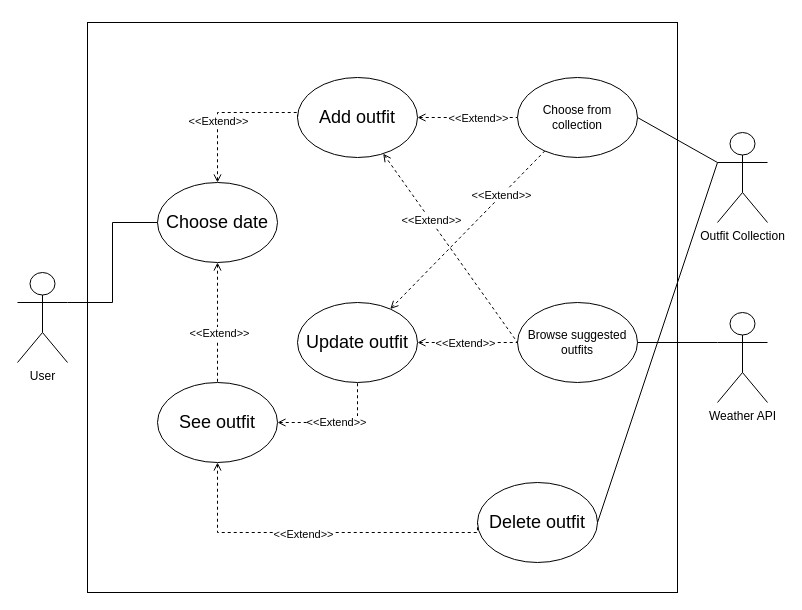
The draw.io diagram docs/diagrams/UCD-managing-outfits-in-calendar.drawio in gienon-fer/SeekFit, before the edit. Source tidied: cells renumbered, new cells numbered last; positions are measured from the earlier drawing's top-left corner, leaving out a move shared by most shapes. Both pictures are drawn from the tidied source at 100%, with x=0, y=0 at pixel (17, 22).
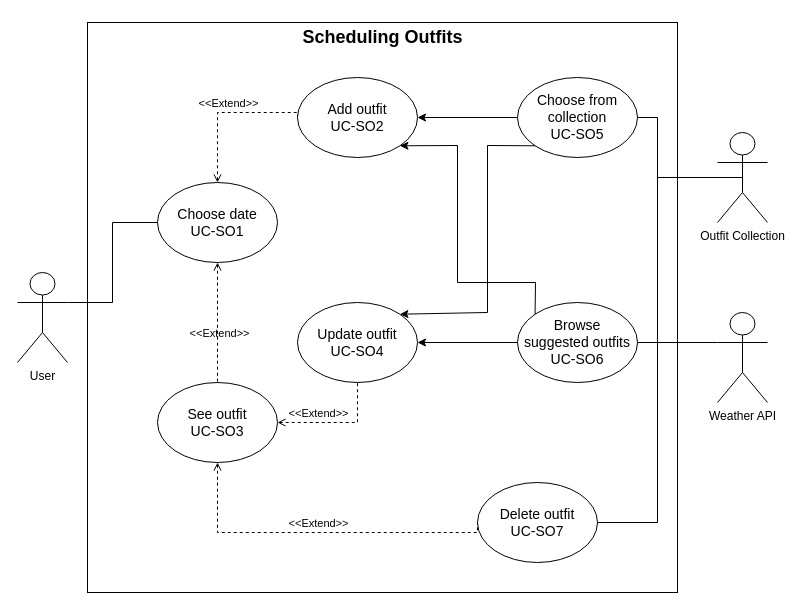
The same diagram, later.

The change refers to these unchanged cells:
```xml
<mxCell id="17" value="Outfit Collection" style="shape=umlActor;verticalLabelPosition=bottom;verticalAlign=top;html=1;outlineConnect=0;fillColor=none;" parent="1" vertex="1">
  <mxGeometry x="700" y="110" width="50" height="90" as="geometry" />
</mxCell>
<mxCell id="18" style="edgeStyle=orthogonalEdgeStyle;rounded=0;jettySize=auto;html=1;entryX=0;entryY=0.5;entryDx=0;entryDy=0;startArrow=open;startFill=0;endArrow=none;endFill=0;dashed=1;" parent="1" edge="1" source="22" target="11">
  <mxGeometry relative="1" as="geometry">
    <Array as="points">
      <mxPoint x="200" y="510" />
    </Array>
  </mxGeometry>
</mxCell>
<mxCell id="20" style="edgeStyle=orthogonalEdgeStyle;rounded=0;jettySize=auto;html=1;startArrow=open;startFill=0;endArrow=none;endFill=0;dashed=1;entryX=0.5;entryY=1;entryDx=0;entryDy=0;" parent="1" edge="1" source="22" target="16">
  <mxGeometry relative="1" as="geometry">
    <Array as="points">
      <mxPoint x="340" y="400" />
    </Array>
  </mxGeometry>
</mxCell>
<mxCell id="23" style="edgeStyle=orthogonalEdgeStyle;rounded=0;jettySize=auto;html=1;entryX=0.5;entryY=0;entryDx=0;entryDy=0;dashed=1;startArrow=open;startFill=0;endArrow=none;endFill=0;" parent="1" edge="1" source="27" target="22">
  <mxGeometry relative="1" as="geometry" />
</mxCell>
<mxCell id="25" style="edgeStyle=orthogonalEdgeStyle;rounded=0;jettySize=auto;html=1;endArrow=none;endFill=0;startArrow=open;startFill=0;dashed=1;entryX=0;entryY=0.5;entryDx=0;entryDy=0;" parent="1" edge="1" source="27" target="9">
  <mxGeometry relative="1" as="geometry">
    <Array as="points">
      <mxPoint x="200" y="90" />
    </Array>
  </mxGeometry>
</mxCell>
```

Diff of the diagram source:
```diff
@@
-    <mxCell id="5" style="edgeStyle=none;html=1;entryX=0;entryY=0.5;entryDx=0;entryDy=0;startArrow=open;startFill=0;endArrow=none;endFill=0;dashed=1;" parent="1" edge="1" source="9" target="32">
-      <mxGeometry relative="1" as="geometry" />
-    </mxCell>
-    <mxCell id="6" value="&amp;lt;&amp;lt;Extend&amp;gt;&amp;gt;" style="edgeLabel;html=1;align=center;verticalAlign=middle;" parent="5" vertex="1">
-      <mxGeometry x="-0.29" relative="1" as="geometry" />
-    </mxCell>
-    <mxCell id="7" style="edgeStyle=none;html=1;startArrow=open;startFill=0;endArrow=none;endFill=0;dashed=1;" parent="1" edge="1" source="9" target="30">
+    <mxCell id="7" style="edgeStyle=none;html=1;startArrow=classic;startFill=1;endArrow=none;endFill=0;" parent="1" edge="1" source="9" target="30">
       <mxGeometry relative="1" as="geometry" />
     </mxCell>
-    <mxCell id="8" value="&amp;lt;&amp;lt;Extend&amp;gt;&amp;gt;" style="edgeLabel;html=1;align=center;verticalAlign=middle;" parent="7" vertex="1">
-      <mxGeometry x="0.36" y="1" relative="1" as="geometry">
-        <mxPoint x="-8" y="1" as="offset" />
-      </mxGeometry>
-    </mxCell>
-    <mxCell id="9" value="&lt;font style=&quot;font-size: 18px;&quot;&gt;Add outfit&lt;/font&gt;" style="ellipse;whiteSpace=wrap;html=1;fillColor=none;" parent="1" vertex="1">
+    <mxCell id="9" value="&lt;font style=&quot;font-size: 14px;&quot;&gt;Add outfit&lt;br&gt;UC-SO2&lt;br&gt;&lt;/font&gt;" style="ellipse;whiteSpace=wrap;html=1;fillColor=none;" parent="1" vertex="1">
       <mxGeometry x="280" y="55" width="120" height="80" as="geometry" />
     </mxCell>
-    <mxCell id="10" style="edgeStyle=none;html=1;exitX=1;exitY=0.5;exitDx=0;exitDy=0;entryX=0;entryY=0.3333333333333333;entryDx=0;entryDy=0;entryPerimeter=0;startArrow=none;startFill=0;endArrow=none;endFill=0;" parent="1" edge="1" source="11" target="17">
-      <mxGeometry relative="1" as="geometry" />
-    </mxCell>
-    <mxCell id="11" value="&lt;font style=&quot;font-size: 18px;&quot;&gt;Delete outfit&lt;/font&gt;" style="ellipse;whiteSpace=wrap;html=1;fillColor=none;" parent="1" vertex="1">
+    <mxCell id="11" value="&lt;font style=&quot;font-size: 14px;&quot;&gt;Delete outfit&lt;br&gt;UC-SO7&lt;br&gt;&lt;/font&gt;" style="ellipse;whiteSpace=wrap;html=1;fillColor=none;" parent="1" vertex="1">
       <mxGeometry x="460" y="460" width="120" height="80" as="geometry" />
     </mxCell>
-    <mxCell id="12" style="edgeStyle=none;html=1;startArrow=open;startFill=0;endArrow=none;endFill=0;dashed=1;" parent="1" edge="1" source="16" target="30">
-      <mxGeometry relative="1" as="geometry" />
-    </mxCell>
-    <mxCell id="13" value="&amp;lt;&amp;lt;Extend&amp;gt;&amp;gt;" style="edgeLabel;html=1;align=center;verticalAlign=middle;" parent="12" vertex="1">
-      <mxGeometry x="0.44" y="1" relative="1" as="geometry" />
-    </mxCell>
-    <mxCell id="14" style="edgeStyle=none;html=1;exitX=1;exitY=0.5;exitDx=0;exitDy=0;entryX=0;entryY=0.5;entryDx=0;entryDy=0;startArrow=open;startFill=0;endArrow=none;endFill=0;dashed=1;" parent="1" edge="1" source="16" target="32">
+    <mxCell id="14" style="edgeStyle=none;html=1;exitX=1;exitY=0.5;exitDx=0;exitDy=0;entryX=0;entryY=0.5;entryDx=0;entryDy=0;startArrow=classic;startFill=1;endArrow=none;endFill=0;" parent="1" edge="1" source="16" target="32">
       <mxGeometry relative="1" as="geometry" />
     </mxCell>
-    <mxCell id="15" value="&amp;lt;&amp;lt;Extend&amp;gt;&amp;gt;" style="edgeLabel;html=1;align=center;verticalAlign=middle;" parent="14" vertex="1">
-      <mxGeometry x="-0.33" y="-3" relative="1" as="geometry">
-        <mxPoint x="13" y="-3" as="offset" />
-      </mxGeometry>
-    </mxCell>
-    <mxCell id="16" value="&lt;font style=&quot;font-size: 18px;&quot;&gt;Update outfit&lt;/font&gt;" style="ellipse;whiteSpace=wrap;html=1;fillColor=none;" parent="1" vertex="1">
+    <mxCell id="16" value="&lt;font style=&quot;font-size: 14px;&quot;&gt;Update outfit&lt;br&gt;UC-SO4&lt;br&gt;&lt;/font&gt;" style="ellipse;whiteSpace=wrap;html=1;fillColor=none;" parent="1" vertex="1">
       <mxGeometry x="280" y="280" width="120" height="80" as="geometry" />
     </mxCell>
+    <mxCell id="33" style="edgeStyle=none;rounded=0;html=1;exitX=0.5;exitY=0.5;exitDx=0;exitDy=0;exitPerimeter=0;entryX=1;entryY=0.5;entryDx=0;entryDy=0;fontSize=14;startArrow=none;startFill=0;endArrow=none;endFill=0;" parent="1" edge="1" source="17" target="11">
+      <mxGeometry relative="1" as="geometry">
+        <Array as="points">
+          <mxPoint x="640" y="155" />
+          <mxPoint x="640" y="500" />
+        </Array>
+      </mxGeometry>
+    </mxCell>
+    <mxCell id="34" style="edgeStyle=none;rounded=0;html=1;entryX=1;entryY=0.5;entryDx=0;entryDy=0;fontSize=14;startArrow=none;startFill=0;endArrow=none;endFill=0;" parent="1" edge="1" source="17" target="30">
+      <mxGeometry relative="1" as="geometry">
+        <Array as="points">
+          <mxPoint x="640" y="155" />
+          <mxPoint x="640" y="95" />
+        </Array>
+      </mxGeometry>
+    </mxCell>
@@
-    <mxCell id="19" value="&amp;lt;&amp;lt;Extend&amp;gt;&amp;gt;" style="edgeLabel;html=1;align=center;verticalAlign=middle;" parent="18" vertex="1">
-      <mxGeometry x="-0.09" y="-1" relative="1" as="geometry" />
+    <mxCell id="19" value="&amp;lt;&amp;lt;Extend&amp;gt;&amp;gt;" style="edgeLabel;html=1;align=center;verticalAlign=middle;labelBackgroundColor=none;" parent="18" vertex="1">
+      <mxGeometry x="-0.09" y="-1" relative="1" as="geometry">
+        <mxPoint x="15" y="-11" as="offset" />
+      </mxGeometry>
     </mxCell>
@@
-    <mxCell id="21" value="&amp;lt;&amp;lt;Extend&amp;gt;&amp;gt;" style="edgeLabel;html=1;align=center;verticalAlign=middle;" parent="20" vertex="1">
-      <mxGeometry x="-0.03" y="1" relative="1" as="geometry" />
+    <mxCell id="21" value="&amp;lt;&amp;lt;Extend&amp;gt;&amp;gt;" style="edgeLabel;html=1;align=center;verticalAlign=middle;labelBackgroundColor=none;" parent="20" vertex="1">
+      <mxGeometry x="-0.03" y="1" relative="1" as="geometry">
+        <mxPoint x="-18" y="-9" as="offset" />
+      </mxGeometry>
     </mxCell>
-    <mxCell id="22" value="&lt;font style=&quot;font-size: 18px;&quot;&gt;See outfit&lt;/font&gt;" style="ellipse;whiteSpace=wrap;html=1;fillColor=none;" parent="1" vertex="1">
+    <mxCell id="22" value="&lt;font style=&quot;font-size: 14px;&quot;&gt;See outfit&lt;br&gt;UC-SO3&lt;br&gt;&lt;/font&gt;" style="ellipse;whiteSpace=wrap;html=1;fillColor=none;" parent="1" vertex="1">
       <mxGeometry x="140" y="360" width="120" height="80" as="geometry" />
     </mxCell>
@@
-    <mxCell id="24" value="&amp;lt;&amp;lt;Extend&amp;gt;&amp;gt;" style="edgeLabel;html=1;align=center;verticalAlign=middle;" parent="23" vertex="1">
+    <mxCell id="24" value="&amp;lt;&amp;lt;Extend&amp;gt;&amp;gt;" style="edgeLabel;html=1;align=center;verticalAlign=middle;labelBackgroundColor=none;" parent="23" vertex="1">
       <mxGeometry x="0.17" y="1" relative="1" as="geometry" />
     </mxCell>
@@
-    <mxCell id="26" value="&amp;lt;&amp;lt;Extend&amp;gt;&amp;gt;" style="edgeLabel;html=1;align=center;verticalAlign=middle;" parent="25" vertex="1">
-      <mxGeometry x="-0.2" relative="1" as="geometry" />
+    <mxCell id="26" value="&amp;lt;&amp;lt;Extend&amp;gt;&amp;gt;" style="edgeLabel;html=1;align=center;verticalAlign=middle;labelBackgroundColor=none;" parent="25" vertex="1">
+      <mxGeometry x="-0.2" relative="1" as="geometry">
+        <mxPoint x="10" y="-18" as="offset" />
+      </mxGeometry>
     </mxCell>
-    <mxCell id="27" value="&lt;font style=&quot;font-size: 18px;&quot;&gt;Choose date&lt;/font&gt;" style="ellipse;whiteSpace=wrap;html=1;fillColor=none;" parent="1" vertex="1">
+    <mxCell id="27" value="&lt;font style=&quot;font-size: 14px;&quot;&gt;Choose date&lt;br&gt;UC-SO1&lt;/font&gt;&lt;font style=&quot;&quot;&gt;&lt;br&gt;&lt;/font&gt;" style="ellipse;whiteSpace=wrap;html=1;fillColor=none;" parent="1" vertex="1">
       <mxGeometry x="140" y="160" width="120" height="80" as="geometry" />
     </mxCell>
@@
-    <mxCell id="29" style="edgeStyle=none;html=1;exitX=1;exitY=0.5;exitDx=0;exitDy=0;entryX=0;entryY=0.3333333333333333;entryDx=0;entryDy=0;entryPerimeter=0;startArrow=none;startFill=0;endArrow=none;endFill=0;" parent="1" edge="1" source="30" target="17">
-      <mxGeometry relative="1" as="geometry" />
-    </mxCell>
+    <mxCell id="13" style="edgeStyle=none;html=1;exitX=0;exitY=1;exitDx=0;exitDy=0;entryX=1;entryY=0;entryDx=0;entryDy=0;fontSize=14;startArrow=none;startFill=0;rounded=0;endArrow=classic;endFill=1;" parent="1" edge="1" source="30" target="16">
+      <mxGeometry relative="1" as="geometry">
+        <Array as="points">
+          <mxPoint x="470" y="123" />
+          <mxPoint x="470" y="290" />
+        </Array>
+      </mxGeometry>
+    </mxCell>
-    <mxCell id="30" value="Choose from collection" style="ellipse;whiteSpace=wrap;html=1;fillColor=none;" parent="1" vertex="1">
+    <mxCell id="30" value="&lt;font style=&quot;font-size: 14px;&quot;&gt;Choose from collection&lt;br&gt;UC-SO5&lt;br&gt;&lt;/font&gt;" style="ellipse;whiteSpace=wrap;html=1;fillColor=none;" parent="1" vertex="1">
       <mxGeometry x="500" y="55" width="120" height="80" as="geometry" />
     </mxCell>
@@
+    <mxCell id="35" style="edgeStyle=none;rounded=0;html=1;exitX=0;exitY=0;exitDx=0;exitDy=0;entryX=1;entryY=1;entryDx=0;entryDy=0;fontSize=14;startArrow=none;startFill=0;endArrow=classic;endFill=1;" parent="1" edge="1" source="32" target="9">
+      <mxGeometry relative="1" as="geometry">
+        <Array as="points">
+          <mxPoint x="518" y="260" />
+          <mxPoint x="440" y="260" />
+          <mxPoint x="440" y="123" />
+        </Array>
+      </mxGeometry>
+    </mxCell>
-    <mxCell id="32" value="Browse suggested&lt;br&gt;outfits" style="ellipse;whiteSpace=wrap;html=1;fillColor=none;" parent="1" vertex="1">
+    <mxCell id="32" value="&lt;font style=&quot;font-size: 14px;&quot;&gt;Browse&lt;br&gt;suggested outfits&lt;br&gt;UC-SO6&lt;br&gt;&lt;/font&gt;" style="ellipse;whiteSpace=wrap;html=1;fillColor=none;" parent="1" vertex="1">
       <mxGeometry x="500" y="280" width="120" height="80" as="geometry" />
     </mxCell>
+    <mxCell id="36" value="&lt;b&gt;&lt;font style=&quot;font-size: 18px;&quot;&gt;Scheduling Outfits&lt;/font&gt;&lt;/b&gt;" style="text;html=1;align=center;verticalAlign=middle;strokeColor=none;fillColor=none;fontSize=14;" parent="1" vertex="1">
+      <mxGeometry x="275" y="-5" width="180" height="40" as="geometry" />
+    </mxCell>
```
